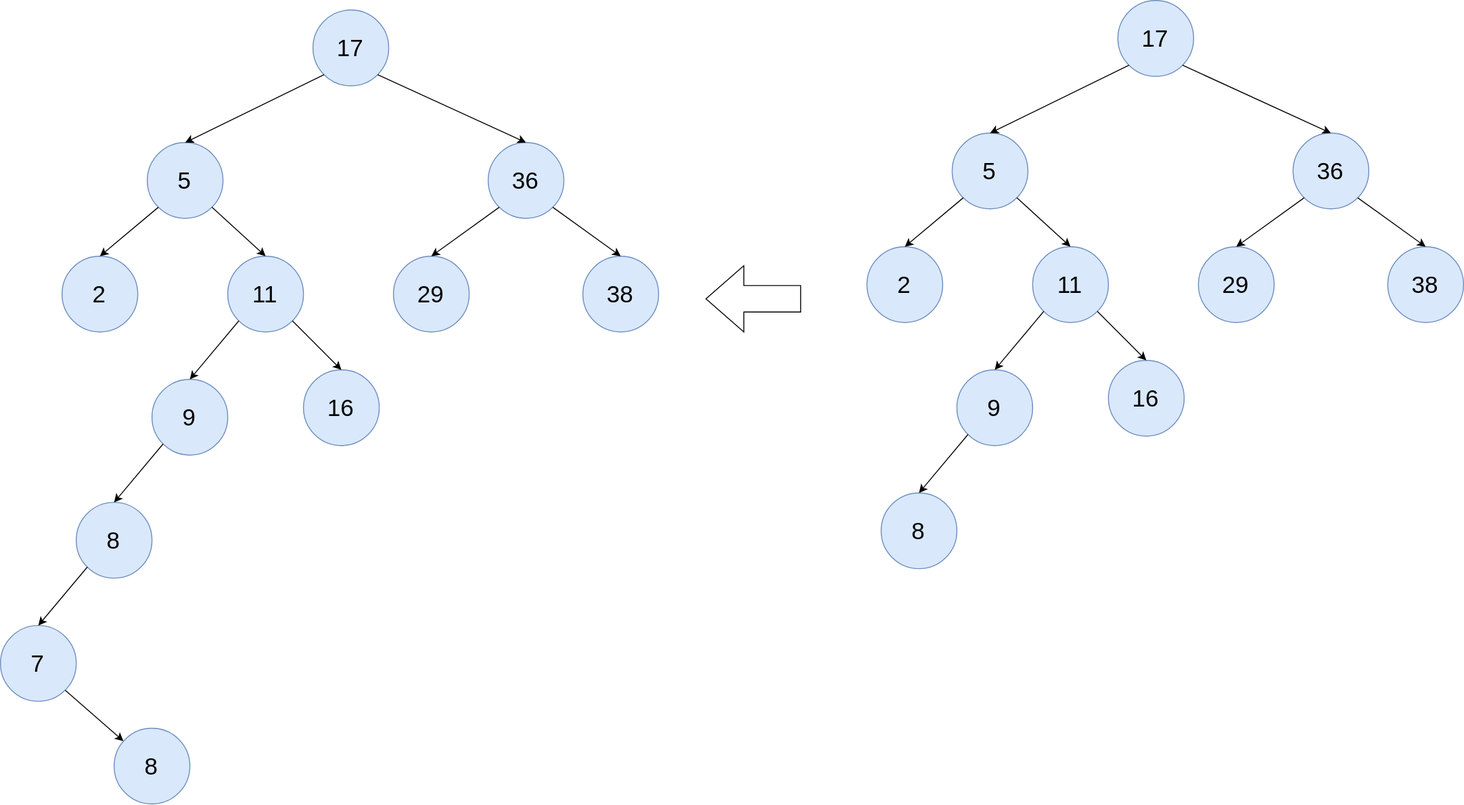
Above: image/binarysearchtree-delete case 3.svg in ykz0608/DSA (draw.io), before the change. Source tidied: cells renumbered, new cells last; positions are measured from the earlier drawing's top-left corner, leaving out a move shared by most shapes. The source it was exported from:
```xml
<mxGraphModel>
  <root>
    <mxCell id="0" />
    <mxCell id="1" parent="0" />
    <mxCell id="2" style="group;" parent="1" vertex="1">
      <mxGeometry x="915" width="630" height="600" as="geometry" />
    </mxCell>
    <mxCell id="3" value="17" style="ellipse;whiteSpace=wrap;html=1;fontSize=25;fillColor=#dae8fc;strokeColor=#6c8ebf;" parent="2" vertex="1">
      <mxGeometry x="265" width="80" height="80" as="geometry" />
    </mxCell>
    <mxCell id="4" value="5" style="ellipse;whiteSpace=wrap;html=1;fontSize=25;fillColor=#dae8fc;strokeColor=#6c8ebf;" parent="2" vertex="1">
      <mxGeometry x="90" y="140" width="80" height="80" as="geometry" />
    </mxCell>
    <mxCell id="5" value="36" style="ellipse;whiteSpace=wrap;html=1;fontSize=25;fillColor=#dae8fc;strokeColor=#6c8ebf;" parent="2" vertex="1">
      <mxGeometry x="450" y="140" width="80" height="80" as="geometry" />
    </mxCell>
    <mxCell id="6" value="2" style="ellipse;whiteSpace=wrap;html=1;fontSize=25;fillColor=#dae8fc;strokeColor=#6c8ebf;" parent="2" vertex="1">
      <mxGeometry y="260" width="80" height="80" as="geometry" />
    </mxCell>
    <mxCell id="7" value="11" style="ellipse;whiteSpace=wrap;html=1;fontSize=25;fillColor=#dae8fc;strokeColor=#6c8ebf;" parent="2" vertex="1">
      <mxGeometry x="175" y="260" width="80" height="80" as="geometry" />
    </mxCell>
    <mxCell id="8" value="29" style="ellipse;whiteSpace=wrap;html=1;fontSize=25;fillColor=#dae8fc;strokeColor=#6c8ebf;" parent="2" vertex="1">
      <mxGeometry x="350" y="260" width="80" height="80" as="geometry" />
    </mxCell>
    <mxCell id="9" value="9" style="ellipse;whiteSpace=wrap;html=1;fontSize=25;fillColor=#dae8fc;strokeColor=#6c8ebf;" parent="2" vertex="1">
      <mxGeometry x="95" y="390" width="80" height="80" as="geometry" />
    </mxCell>
    <mxCell id="10" value="38" style="ellipse;whiteSpace=wrap;html=1;fontSize=25;fillColor=#dae8fc;strokeColor=#6c8ebf;" parent="2" vertex="1">
      <mxGeometry x="550" y="260" width="80" height="80" as="geometry" />
    </mxCell>
    <mxCell id="11" value="8" style="ellipse;whiteSpace=wrap;html=1;fontSize=25;fillColor=#dae8fc;strokeColor=#6c8ebf;" parent="2" vertex="1">
      <mxGeometry x="15" y="520" width="80" height="80" as="geometry" />
    </mxCell>
    <mxCell id="12" value="16" style="ellipse;whiteSpace=wrap;html=1;fontSize=25;fillColor=#dae8fc;strokeColor=#6c8ebf;" parent="2" vertex="1">
      <mxGeometry x="255" y="380" width="80" height="80" as="geometry" />
    </mxCell>
    <mxCell id="13" style="endArrow=classic;html=1;fontSize=25;entryX=0.5;entryY=0;entryDx=0;entryDy=0;exitX=0;exitY=1;exitDx=0;exitDy=0;" parent="2" edge="1" source="3" target="4">
      <mxGeometry relative="1" as="geometry" />
    </mxCell>
    <mxCell id="14" style="endArrow=classic;html=1;fontSize=25;entryX=0.5;entryY=0;entryDx=0;entryDy=0;exitX=1;exitY=1;exitDx=0;exitDy=0;" parent="2" edge="1" source="3" target="5">
      <mxGeometry relative="1" as="geometry" />
    </mxCell>
    <mxCell id="15" style="endArrow=classic;html=1;fontSize=25;entryX=0.5;entryY=0;entryDx=0;entryDy=0;exitX=0;exitY=1;exitDx=0;exitDy=0;" parent="2" edge="1" source="5" target="8">
      <mxGeometry relative="1" as="geometry" />
    </mxCell>
    <mxCell id="16" style="endArrow=classic;html=1;fontSize=25;entryX=0.5;entryY=0;entryDx=0;entryDy=0;exitX=1;exitY=1;exitDx=0;exitDy=0;" parent="2" edge="1" source="5" target="10">
      <mxGeometry relative="1" as="geometry" />
    </mxCell>
    <mxCell id="17" style="endArrow=classic;html=1;fontSize=25;entryX=0.5;entryY=0;entryDx=0;entryDy=0;exitX=0;exitY=1;exitDx=0;exitDy=0;" parent="2" edge="1" source="4" target="6">
      <mxGeometry relative="1" as="geometry" />
    </mxCell>
    <mxCell id="18" style="endArrow=classic;html=1;fontSize=25;entryX=0.5;entryY=0;entryDx=0;entryDy=0;exitX=0;exitY=1;exitDx=0;exitDy=0;" parent="2" edge="1" source="9" target="11">
      <mxGeometry relative="1" as="geometry" />
    </mxCell>
    <mxCell id="19" style="endArrow=classic;html=1;fontSize=25;entryX=0.5;entryY=0;entryDx=0;entryDy=0;exitX=1;exitY=1;exitDx=0;exitDy=0;" parent="2" edge="1" source="4" target="7">
      <mxGeometry relative="1" as="geometry" />
    </mxCell>
    <mxCell id="20" style="endArrow=classic;html=1;fontSize=25;exitX=0;exitY=1;exitDx=0;exitDy=0;entryX=0.5;entryY=0;entryDx=0;entryDy=0;" parent="2" edge="1" source="7" target="9">
      <mxGeometry relative="1" as="geometry" />
    </mxCell>
    <mxCell id="21" style="endArrow=classic;html=1;fontSize=25;entryX=0.5;entryY=0;entryDx=0;entryDy=0;exitX=1;exitY=1;exitDx=0;exitDy=0;" parent="2" edge="1" source="7" target="12">
      <mxGeometry relative="1" as="geometry" />
    </mxCell>
    <mxCell id="22" style="html=1;shadow=0;dashed=0;align=center;verticalAlign=middle;shape=mxgraph.arrows2.arrow;dy=0.6;dx=40;flipH=1;notch=0;fontSize=25;" parent="1" vertex="1">
      <mxGeometry x="745" y="280" width="100" height="70" as="geometry" />
    </mxCell>
    <mxCell id="23" value="17" style="ellipse;whiteSpace=wrap;html=1;fontSize=25;fillColor=#dae8fc;strokeColor=#6c8ebf;" parent="1" vertex="1">
      <mxGeometry x="330" y="10" width="80" height="80" as="geometry" />
    </mxCell>
    <mxCell id="24" value="5" style="ellipse;whiteSpace=wrap;html=1;fontSize=25;fillColor=#dae8fc;strokeColor=#6c8ebf;" parent="1" vertex="1">
      <mxGeometry x="155" y="150" width="80" height="80" as="geometry" />
    </mxCell>
    <mxCell id="25" value="36" style="ellipse;whiteSpace=wrap;html=1;fontSize=25;fillColor=#dae8fc;strokeColor=#6c8ebf;" parent="1" vertex="1">
      <mxGeometry x="515" y="150" width="80" height="80" as="geometry" />
    </mxCell>
    <mxCell id="26" value="2" style="ellipse;whiteSpace=wrap;html=1;fontSize=25;fillColor=#dae8fc;strokeColor=#6c8ebf;" parent="1" vertex="1">
      <mxGeometry x="65" y="270" width="80" height="80" as="geometry" />
    </mxCell>
    <mxCell id="27" value="11" style="ellipse;whiteSpace=wrap;html=1;fontSize=25;fillColor=#dae8fc;strokeColor=#6c8ebf;" parent="1" vertex="1">
      <mxGeometry x="240" y="270" width="80" height="80" as="geometry" />
    </mxCell>
    <mxCell id="28" value="29" style="ellipse;whiteSpace=wrap;html=1;fontSize=25;fillColor=#dae8fc;strokeColor=#6c8ebf;" parent="1" vertex="1">
      <mxGeometry x="415" y="270" width="80" height="80" as="geometry" />
    </mxCell>
    <mxCell id="29" value="9" style="ellipse;whiteSpace=wrap;html=1;fontSize=25;fillColor=#dae8fc;strokeColor=#6c8ebf;" parent="1" vertex="1">
      <mxGeometry x="160" y="400" width="80" height="80" as="geometry" />
    </mxCell>
    <mxCell id="30" value="38" style="ellipse;whiteSpace=wrap;html=1;fontSize=25;fillColor=#dae8fc;strokeColor=#6c8ebf;" parent="1" vertex="1">
      <mxGeometry x="615" y="270" width="80" height="80" as="geometry" />
    </mxCell>
    <mxCell id="31" value="8" style="ellipse;whiteSpace=wrap;html=1;fontSize=25;fillColor=#dae8fc;strokeColor=#6c8ebf;" parent="1" vertex="1">
      <mxGeometry x="80" y="530" width="80" height="80" as="geometry" />
    </mxCell>
    <mxCell id="32" value="16" style="ellipse;whiteSpace=wrap;html=1;fontSize=25;fillColor=#dae8fc;strokeColor=#6c8ebf;" parent="1" vertex="1">
      <mxGeometry x="320" y="390" width="80" height="80" as="geometry" />
    </mxCell>
    <mxCell id="33" style="endArrow=classic;html=1;fontSize=25;entryX=0.5;entryY=0;entryDx=0;entryDy=0;exitX=0;exitY=1;exitDx=0;exitDy=0;" parent="1" edge="1" source="23" target="24">
      <mxGeometry relative="1" as="geometry" />
    </mxCell>
    <mxCell id="34" style="endArrow=classic;html=1;fontSize=25;entryX=0.5;entryY=0;entryDx=0;entryDy=0;exitX=1;exitY=1;exitDx=0;exitDy=0;" parent="1" edge="1" source="23" target="25">
      <mxGeometry relative="1" as="geometry" />
    </mxCell>
    <mxCell id="35" style="endArrow=classic;html=1;fontSize=25;entryX=0.5;entryY=0;entryDx=0;entryDy=0;exitX=0;exitY=1;exitDx=0;exitDy=0;" parent="1" edge="1" source="25" target="28">
      <mxGeometry relative="1" as="geometry" />
    </mxCell>
    <mxCell id="36" style="endArrow=classic;html=1;fontSize=25;entryX=0.5;entryY=0;entryDx=0;entryDy=0;exitX=1;exitY=1;exitDx=0;exitDy=0;" parent="1" edge="1" source="25" target="30">
      <mxGeometry relative="1" as="geometry" />
    </mxCell>
    <mxCell id="37" style="endArrow=classic;html=1;fontSize=25;entryX=0.5;entryY=0;entryDx=0;entryDy=0;exitX=0;exitY=1;exitDx=0;exitDy=0;" parent="1" edge="1" source="24" target="26">
      <mxGeometry relative="1" as="geometry" />
    </mxCell>
    <mxCell id="38" style="endArrow=classic;html=1;fontSize=25;entryX=0.5;entryY=0;entryDx=0;entryDy=0;exitX=0;exitY=1;exitDx=0;exitDy=0;" parent="1" edge="1" source="29" target="31">
      <mxGeometry relative="1" as="geometry" />
    </mxCell>
    <mxCell id="39" style="endArrow=classic;html=1;fontSize=25;entryX=0.5;entryY=0;entryDx=0;entryDy=0;exitX=1;exitY=1;exitDx=0;exitDy=0;" parent="1" edge="1" source="24" target="27">
      <mxGeometry relative="1" as="geometry" />
    </mxCell>
    <mxCell id="40" style="endArrow=classic;html=1;fontSize=25;exitX=0;exitY=1;exitDx=0;exitDy=0;entryX=0.5;entryY=0;entryDx=0;entryDy=0;" parent="1" edge="1" source="27" target="29">
      <mxGeometry relative="1" as="geometry" />
    </mxCell>
    <mxCell id="41" style="endArrow=classic;html=1;fontSize=25;entryX=0.5;entryY=0;entryDx=0;entryDy=0;exitX=1;exitY=1;exitDx=0;exitDy=0;" parent="1" edge="1" source="27" target="32">
      <mxGeometry relative="1" as="geometry" />
    </mxCell>
    <mxCell id="42" value="7" style="ellipse;whiteSpace=wrap;html=1;fontSize=25;fillColor=#dae8fc;strokeColor=#6c8ebf;" parent="1" vertex="1">
      <mxGeometry y="660" width="80" height="80" as="geometry" />
    </mxCell>
    <mxCell id="43" style="endArrow=classic;html=1;fontSize=25;entryX=0.5;entryY=0;entryDx=0;entryDy=0;exitX=0;exitY=1;exitDx=0;exitDy=0;" parent="1" edge="1" source="31" target="42">
      <mxGeometry relative="1" as="geometry" />
    </mxCell>
    <mxCell id="44" value="8" style="ellipse;whiteSpace=wrap;html=1;fontSize=25;fillColor=#dae8fc;strokeColor=#6c8ebf;" parent="1" vertex="1">
      <mxGeometry x="120" y="768.5" width="80" height="80" as="geometry" />
    </mxCell>
    <mxCell id="45" style="endArrow=classic;html=1;fontSize=25;exitX=1;exitY=1;exitDx=0;exitDy=0;" parent="1" edge="1" source="42" target="44">
      <mxGeometry relative="1" as="geometry" />
    </mxCell>
  </root>
</mxGraphModel>
```
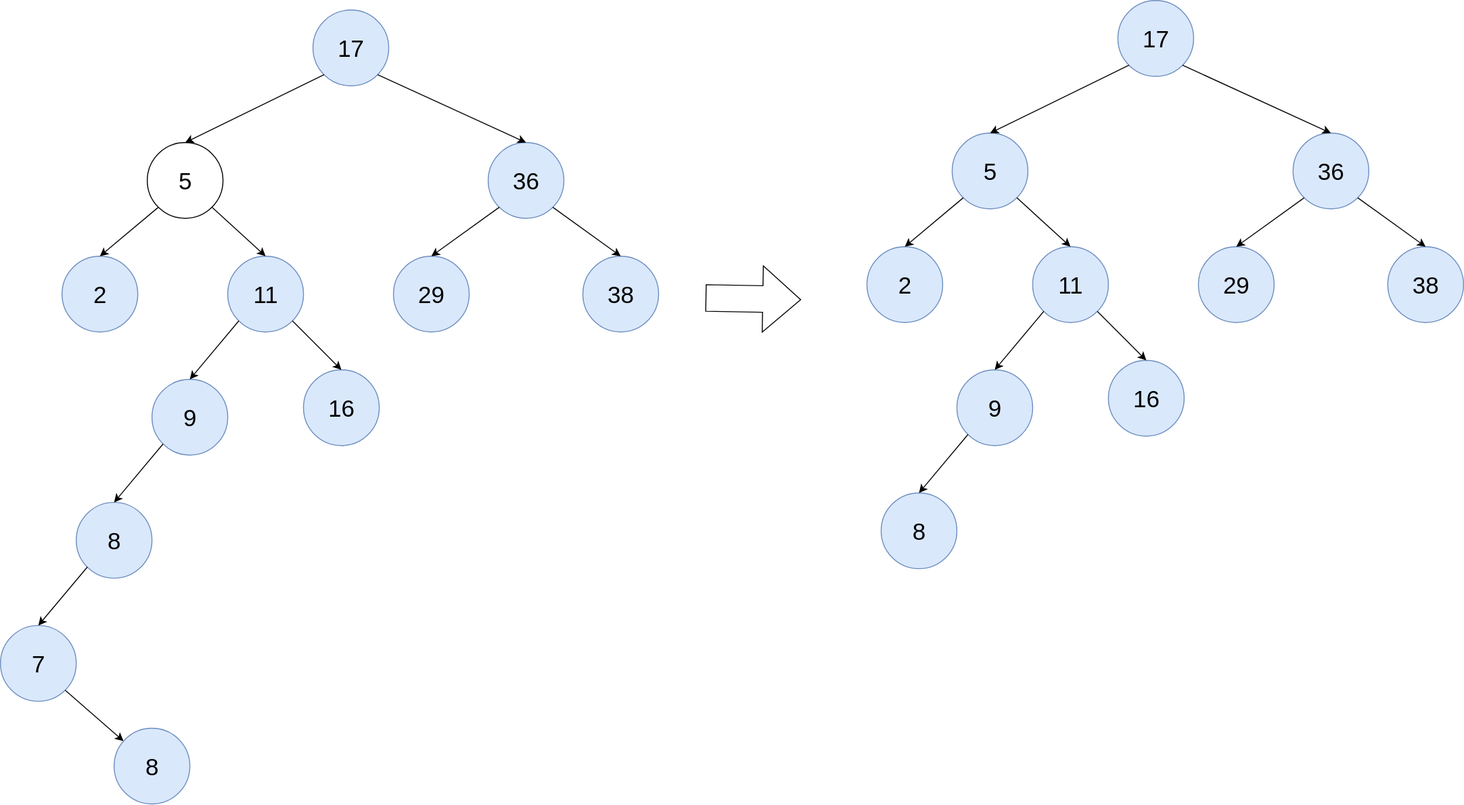
The same diagram one commit later.

What changed in the source:
```diff
@@ -62,13 +62,13 @@
     <mxCell id="21" style="endArrow=classic;html=1;fontSize=25;entryX=0.5;entryY=0;entryDx=0;entryDy=0;exitX=1;exitY=1;exitDx=0;exitDy=0;" parent="2" edge="1" source="7" target="12">
       <mxGeometry relative="1" as="geometry" />
     </mxCell>
-    <mxCell id="22" style="html=1;shadow=0;dashed=0;align=center;verticalAlign=middle;shape=mxgraph.arrows2.arrow;dy=0.6;dx=40;flipH=1;notch=0;fontSize=25;" parent="1" vertex="1">
+    <mxCell id="22" style="html=1;shadow=0;dashed=0;align=center;verticalAlign=middle;shape=mxgraph.arrows2.arrow;dy=0.6;dx=40;flipH=1;notch=0;fontSize=25;rotation=-179;" parent="1" vertex="1">
       <mxGeometry x="745" y="280" width="100" height="70" as="geometry" />
     </mxCell>
     <mxCell id="23" value="17" style="ellipse;whiteSpace=wrap;html=1;fontSize=25;fillColor=#dae8fc;strokeColor=#6c8ebf;" parent="1" vertex="1">
       <mxGeometry x="330" y="10" width="80" height="80" as="geometry" />
     </mxCell>
-    <mxCell id="24" value="5" style="ellipse;whiteSpace=wrap;html=1;fontSize=25;fillColor=#dae8fc;strokeColor=#6c8ebf;" parent="1" vertex="1">
+    <mxCell id="24" value="5" style="ellipse;whiteSpace=wrap;html=1;fontSize=25;" parent="1" vertex="1">
       <mxGeometry x="155" y="150" width="80" height="80" as="geometry" />
     </mxCell>
     <mxCell id="25" value="36" style="ellipse;whiteSpace=wrap;html=1;fontSize=25;fillColor=#dae8fc;strokeColor=#6c8ebf;" parent="1" vertex="1">
```
